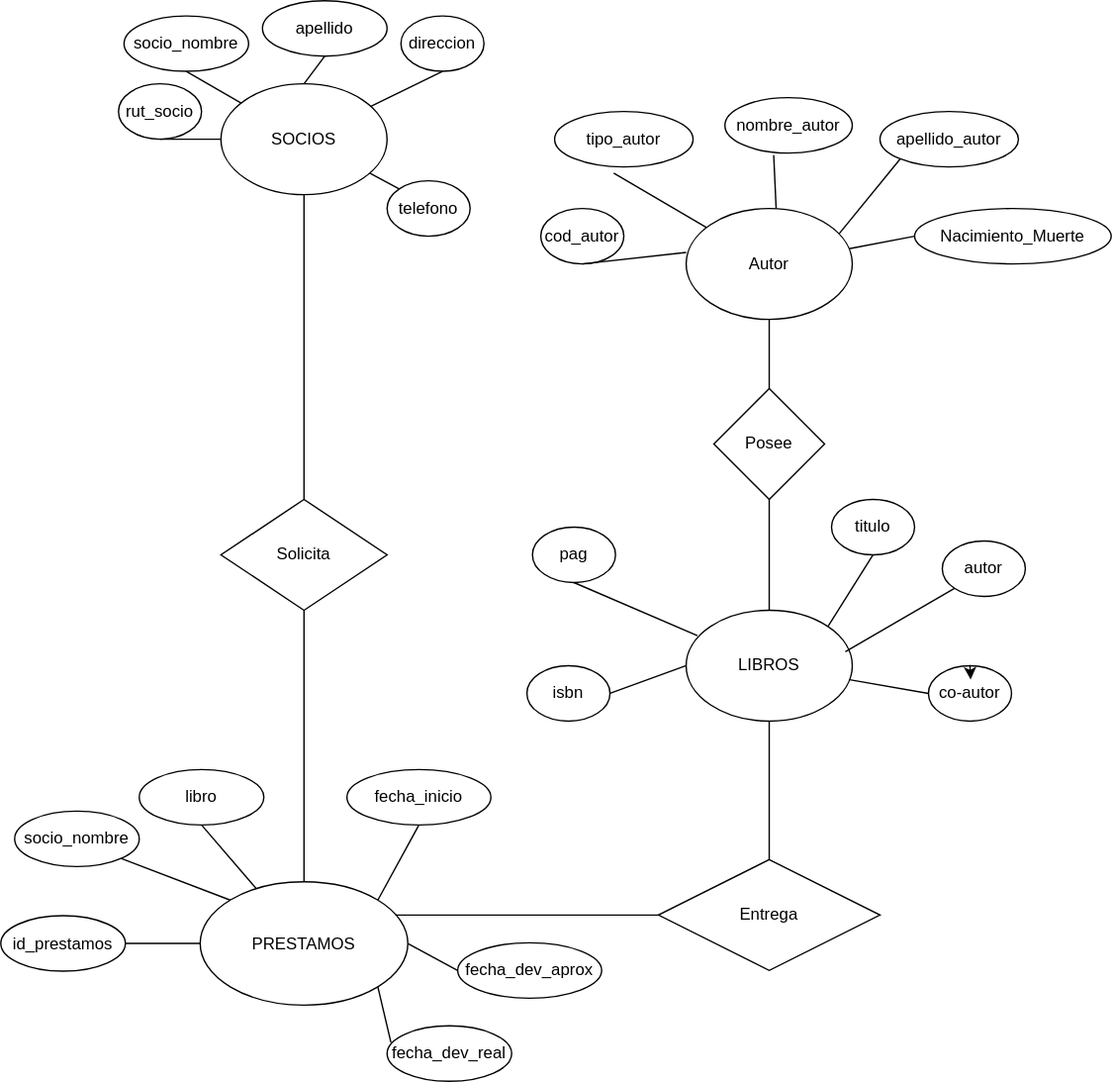
Earlier version of the draw.io export Modelo_Conceptual_01.svg (latiscool/BD_Bilbioteca_LTG). Source tidied: cells renumbered, new cells last; positions are measured from the earlier drawing's top-left corner, leaving out a move shared by most shapes.
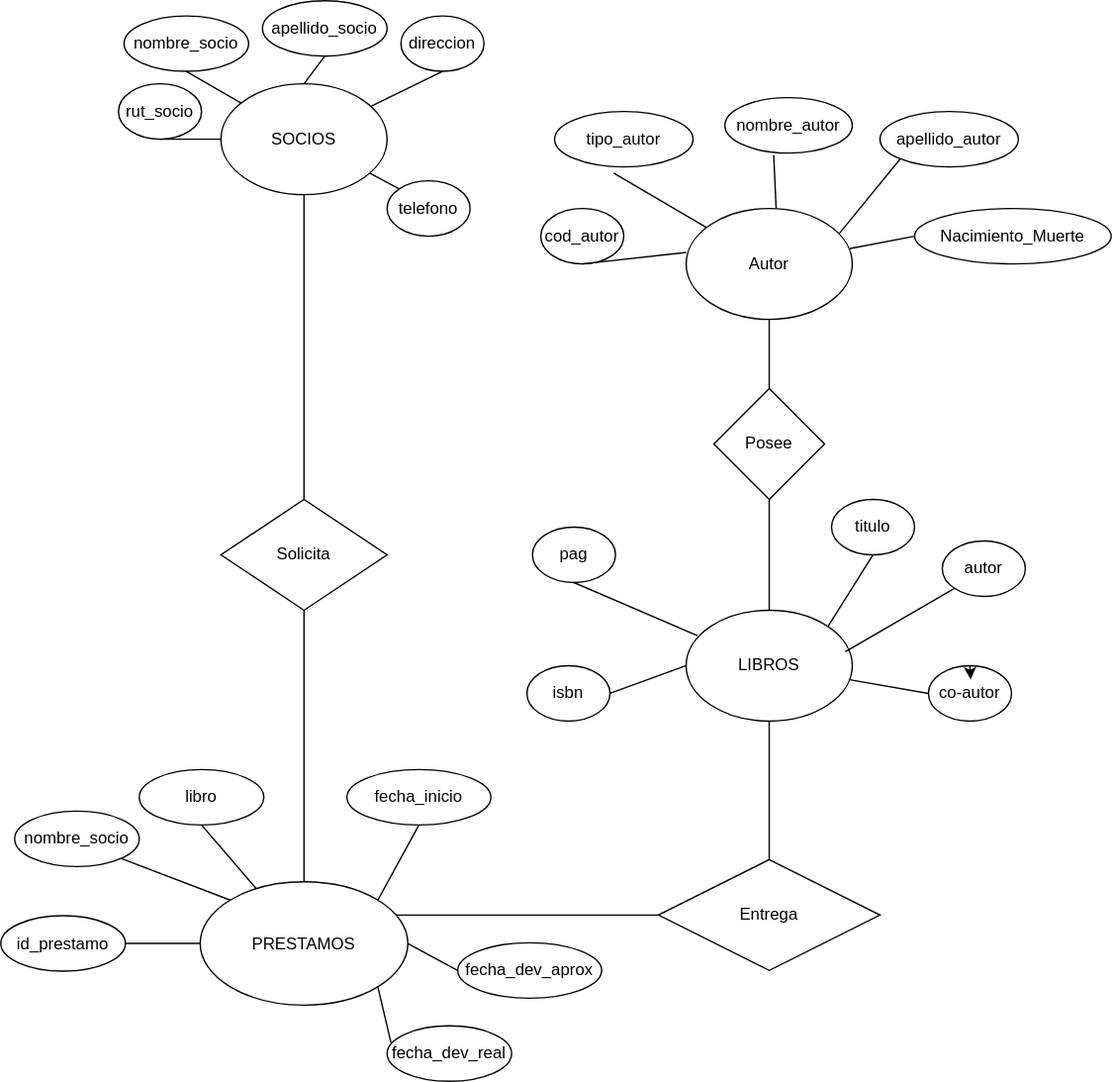
The same file after the commit.

Change to the diagram source:
```diff
@@ -23,7 +23,7 @@
     <mxCell id="8" style="endArrow=none;html=1;rounded=0;entryX=0;entryY=0.5;entryDx=0;entryDy=0;exitX=1;exitY=0.5;exitDx=0;exitDy=0;" parent="3" edge="1" source="4" target="6">
       <mxGeometry relative="1" as="geometry" />
     </mxCell>
-    <mxCell id="9" value="socio_nombre" style="ellipse;whiteSpace=wrap;html=1;" parent="3" vertex="1">
+    <mxCell id="9" value="nombre_socio" style="ellipse;whiteSpace=wrap;html=1;" parent="3" vertex="1">
       <mxGeometry x="10" y="40" width="90" height="40" as="geometry" />
     </mxCell>
     <mxCell id="10" value="libro" style="ellipse;whiteSpace=wrap;html=1;" parent="3" vertex="1">
@@ -35,7 +35,7 @@
     <mxCell id="12" style="endArrow=none;html=1;rounded=0;entryX=1;entryY=1;entryDx=0;entryDy=0;exitX=0;exitY=0;exitDx=0;exitDy=0;" parent="3" edge="1" source="4" target="9">
       <mxGeometry relative="1" as="geometry" />
     </mxCell>
-    <mxCell id="13" value="id_prestamos" style="ellipse;whiteSpace=wrap;html=1;" parent="3" vertex="1">
+    <mxCell id="13" value="id_prestamo" style="ellipse;whiteSpace=wrap;html=1;" parent="3" vertex="1">
       <mxGeometry y="115.5" width="90" height="40" as="geometry" />
     </mxCell>
     <mxCell id="14" style="edgeStyle=orthogonalEdgeStyle;rounded=0;orthogonalLoop=1;jettySize=auto;html=1;exitX=0.5;exitY=1;exitDx=0;exitDy=0;" parent="3" edge="1" source="13" target="13">
@@ -53,13 +53,13 @@
     <mxCell id="18" value="rut_socio" style="ellipse;whiteSpace=wrap;html=1;" parent="16" vertex="1">
       <mxGeometry y="60" width="60" height="40" as="geometry" />
     </mxCell>
-    <mxCell id="19" value="socio_nombre" style="ellipse;whiteSpace=wrap;html=1;" parent="16" vertex="1">
+    <mxCell id="19" value="nombre_socio" style="ellipse;whiteSpace=wrap;html=1;" parent="16" vertex="1">
       <mxGeometry x="4" y="11" width="90" height="40" as="geometry" />
     </mxCell>
     <mxCell id="20" value="direccion" style="ellipse;whiteSpace=wrap;html=1;" parent="16" vertex="1">
       <mxGeometry x="204" y="11" width="60" height="40" as="geometry" />
     </mxCell>
-    <mxCell id="21" value="apellido" style="ellipse;whiteSpace=wrap;html=1;" parent="16" vertex="1">
+    <mxCell id="21" value="apellido_socio" style="ellipse;whiteSpace=wrap;html=1;" parent="16" vertex="1">
       <mxGeometry x="104" width="90" height="40" as="geometry" />
     </mxCell>
     <mxCell id="22" style="endArrow=none;html=1;rounded=0;entryX=0.5;entryY=1;entryDx=0;entryDy=0;exitX=0;exitY=0.5;exitDx=0;exitDy=0;" parent="16" edge="1" source="17" target="18">
```
